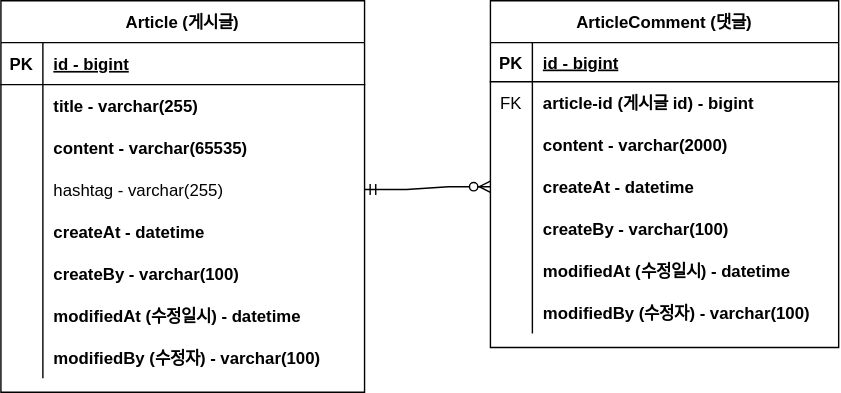
Before: document/project-board-erd.svg, a diagram exported from draw.io (sandropark/fastcampus-project-board). Source tidied: cells renumbered, new cells last; positions are measured from the earlier drawing's top-left corner, leaving out a move shared by most shapes.
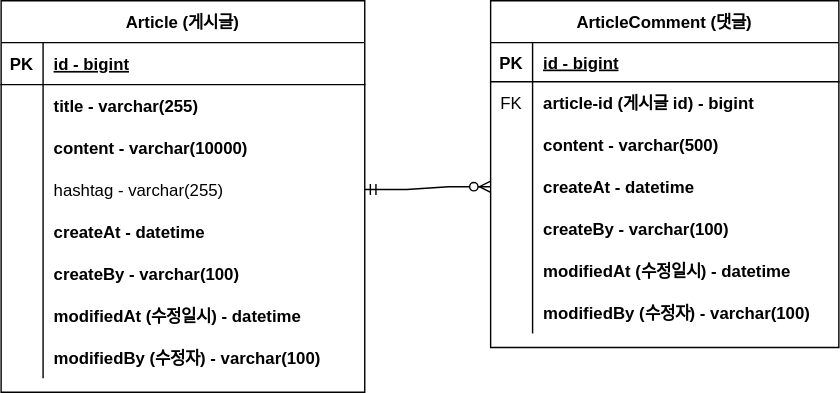
After the commit.

Commit message:
#12 - ERD 업데이트 : content 사이즈 변경

Change to the diagram source:
```diff
@@ -29,7 +29,7 @@
     <mxCell id="10" style="shape=partialRectangle;overflow=hidden;fillColor=none;top=0;left=0;bottom=0;right=0;" parent="9" vertex="1">
       <mxGeometry width="30" height="30" as="geometry" />
     </mxCell>
-    <mxCell id="11" value="content - varchar(65535)" style="shape=partialRectangle;overflow=hidden;fillColor=none;top=0;left=0;bottom=0;right=0;align=left;spacingLeft=6;fontStyle=1;" parent="9" vertex="1">
+    <mxCell id="11" value="content - varchar(10000)" style="shape=partialRectangle;overflow=hidden;fillColor=none;top=0;left=0;bottom=0;right=0;align=left;spacingLeft=6;fontStyle=1;" parent="9" vertex="1">
       <mxGeometry x="30" width="230" height="30" as="geometry" />
     </mxCell>
     <mxCell id="12" style="shape=partialRectangle;fillColor=none;points=[[0,0.5],[1,0.5]];portConstraint=eastwest;top=0;left=0;right=0;bottom=0;" parent="2" vertex="1">
@@ -104,7 +104,7 @@
     <mxCell id="35" style="shape=partialRectangle;overflow=hidden;fillColor=none;top=0;left=0;bottom=0;right=0;" parent="34" vertex="1">
       <mxGeometry width="30" height="30" as="geometry" />
     </mxCell>
-    <mxCell id="36" value="content - varchar(2000)" style="shape=partialRectangle;overflow=hidden;fillColor=none;top=0;left=0;bottom=0;right=0;align=left;spacingLeft=6;fontStyle=1;" parent="34" vertex="1">
+    <mxCell id="36" value="content - varchar(500)" style="shape=partialRectangle;overflow=hidden;fillColor=none;top=0;left=0;bottom=0;right=0;align=left;spacingLeft=6;fontStyle=1;" parent="34" vertex="1">
       <mxGeometry x="30" width="219" height="30" as="geometry" />
     </mxCell>
     <mxCell id="37" style="shape=partialRectangle;fillColor=none;points=[[0,0.5],[1,0.5]];portConstraint=eastwest;top=0;left=0;right=0;bottom=0;" parent="27" vertex="1">
```
